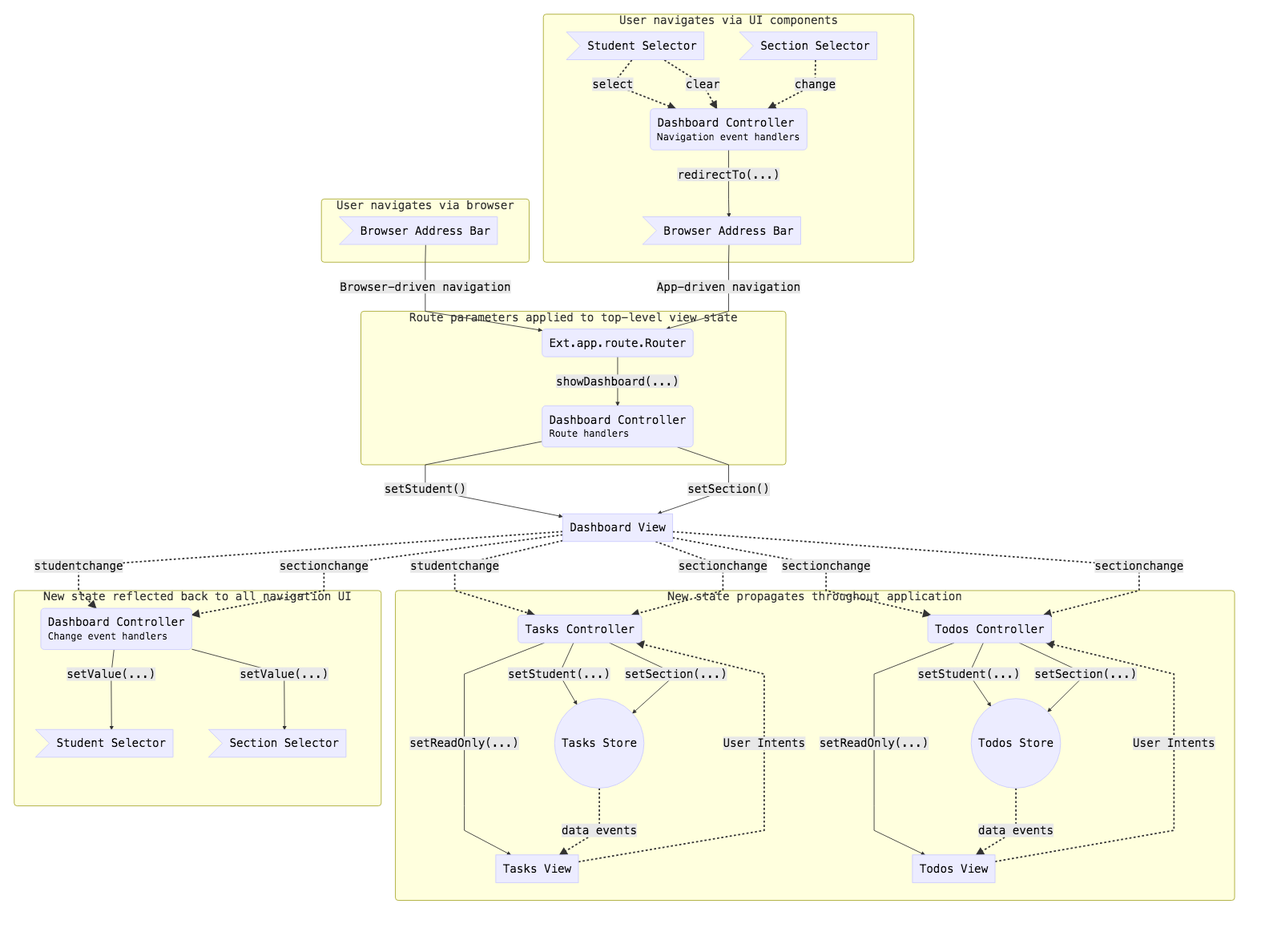
Above: sencha-workspace/SlateTasksStudent/docs/state-flow.png in SlateFoundation/slate-cbl (Mermaid), before the change. Its source is kept beside it as sencha-workspace/SlateTasksStudent/docs/state-flow.mmd.
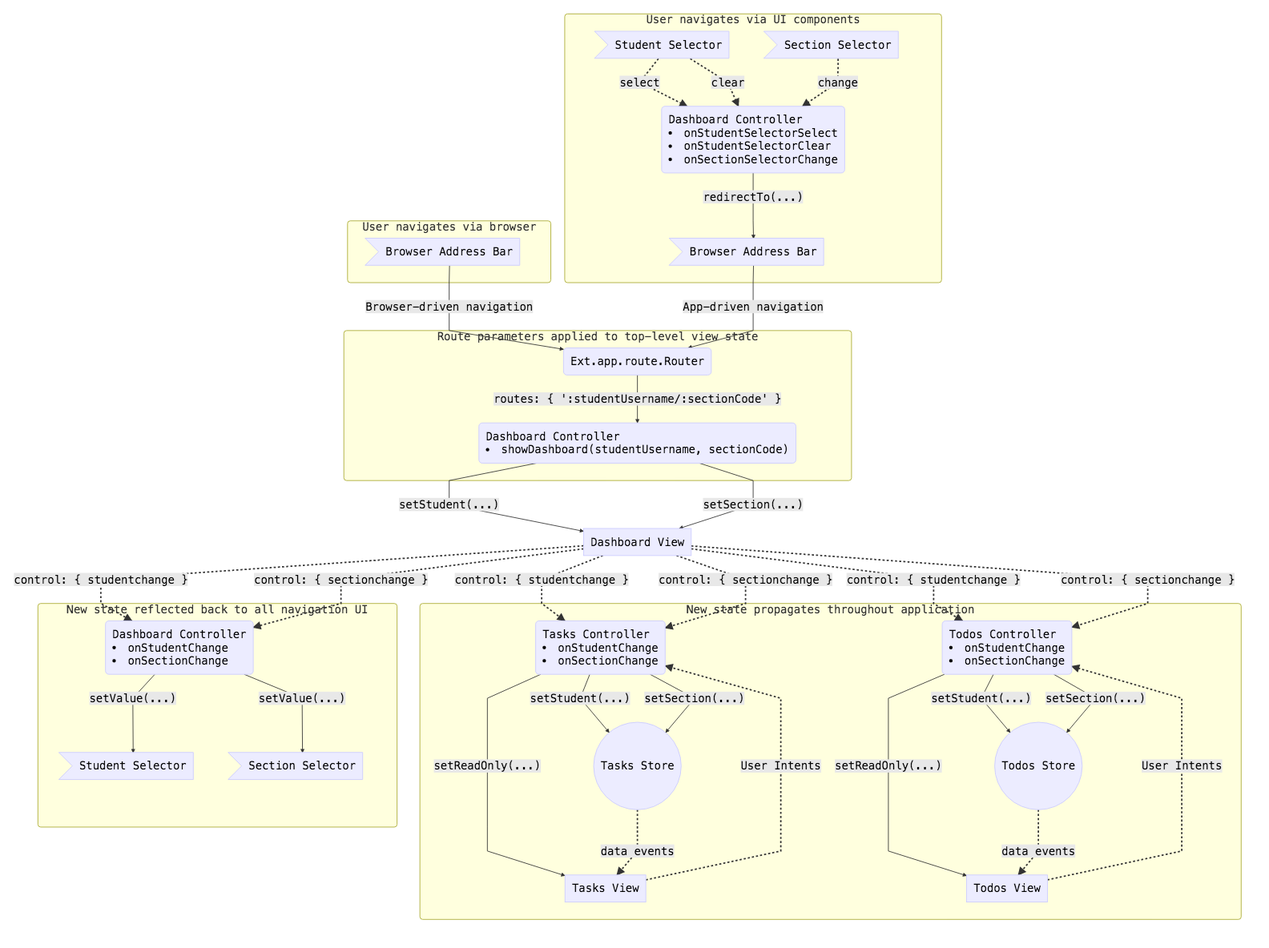
After the commit.

Commit message:
Show code symbols

Diff of the diagram source:
```diff
@@ -4,15 +4,15 @@
     NAV_USER_HASH --> |Browser-driven navigation| ROUTER
     NAV_ROUTER_HASH --> |App-driven navigation| ROUTER
 
-    CTRL_DASH_ROUTER --> |"setStudent()"| VIEW_MAIN
-    CTRL_DASH_ROUTER --> |"setSection()"| VIEW_MAIN
+    CTRL_DASH_ROUTER --> |"setStudent(...)"| VIEW_MAIN
+    CTRL_DASH_ROUTER --> |"setSection(...)"| VIEW_MAIN
 
-    VIEW_MAIN -.-> |studentchange| CTRL_DASH_CHANGE
-    VIEW_MAIN -.-> |sectionchange| CTRL_DASH_CHANGE
-    VIEW_MAIN -.-> |studentchange| CTRL_TASKS
-    VIEW_MAIN -.-> |sectionchange| CTRL_TASKS
-    VIEW_MAIN -.-> |sectionchange| CTRL_TODOS
-    VIEW_MAIN -.-> |sectionchange| CTRL_TODOS
+    VIEW_MAIN -.-> |"control: { studentchange }"| CTRL_DASH_CHANGE
+    VIEW_MAIN -.-> |"control: { sectionchange }"| CTRL_DASH_CHANGE
+    VIEW_MAIN -.-> |"control: { studentchange }"| CTRL_TASKS
+    VIEW_MAIN -.-> |"control: { sectionchange }"| CTRL_TASKS
+    VIEW_MAIN -.-> |"control: { studentchange }"| CTRL_TODOS
+    VIEW_MAIN -.-> |"control: { sectionchange }"| CTRL_TODOS
 
 
     subgraph User navigates via browser
@@ -22,7 +22,8 @@
     subgraph User navigates via UI components
         NAV_STUDENT_IN>Student Selector]
         NAV_SECTION_IN>Section Selector]
-        CTRL_MAIN_NAV("Dashboard Controller<br><small>Navigation event handlers</small>")
+        CTRL_MAIN_NAV("Dashboard Controller <code>
+ <li>onStudentSelectorSelect</li> <li>onStudentSelectorClear</li> <li>onSectionSelectorChange</li> </code>")
 
         NAV_STUDENT_IN -.-> |select| CTRL_MAIN_NAV
         NAV_STUDENT_IN -.-> |clear| CTRL_MAIN_NAV
@@ -34,14 +35,17 @@
     subgraph Route parameters applied to top-level view state
         NAV_ROUTER_HASH>Browser Address Bar]
         ROUTER(Ext.app.route.Router)
-        CTRL_DASH_ROUTER("Dashboard Controller<br><small>Route handlers</small>")
+        CTRL_DASH_ROUTER("Dashboard Controller <code>
+ <li>showDashboard(studentUsername, sectionCode)</li>
+ </code>")
 
-        ROUTER --> |"showDashboard(...)"| CTRL_DASH_ROUTER
+        ROUTER --> |"routes: { ':studentUsername/:sectionCode' }"| CTRL_DASH_ROUTER
     end
 
     subgraph New state propagates throughout application
-        CTRL_TASKS("Tasks Controller")
-        CTRL_TODOS("Todos Controller")
+        CTRL_TASKS("Tasks Controller <code>
+ <li>onStudentChange</li> <li>onSectionChange</li> </code>")
+        CTRL_TODOS("Todos Controller <code> <li>onStudentChange</li> <li>onSectionChange</li> </code>")
         STORE_TASKS((Tasks Store))
         STORE_TODOS((Todos Store))
         VIEW_TASKS[Tasks View]
@@ -63,7 +67,7 @@
     end
 
     subgraph New state reflected back to all navigation UI
-        CTRL_DASH_CHANGE("Dashboard Controller<br><small>Change event handlers</small>")
+        CTRL_DASH_CHANGE("Dashboard Controller <code><li>onStudentChange</li> <li>onSectionChange</li> </code>")
         NAV_STUDENT_OUT>Student Selector]
         NAV_SECTION_OUT>Section Selector]
 
```
